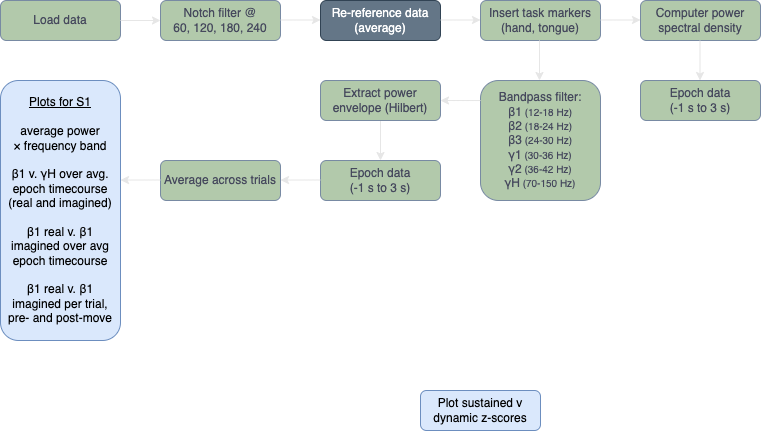
Before: analysis_steps.png, a diagram exported from draw.io (jessb0t/motorImagery). Source tidied: cells renumbered, new cells last; positions are measured from the earlier drawing's top-left corner, leaving out a move shared by most shapes.
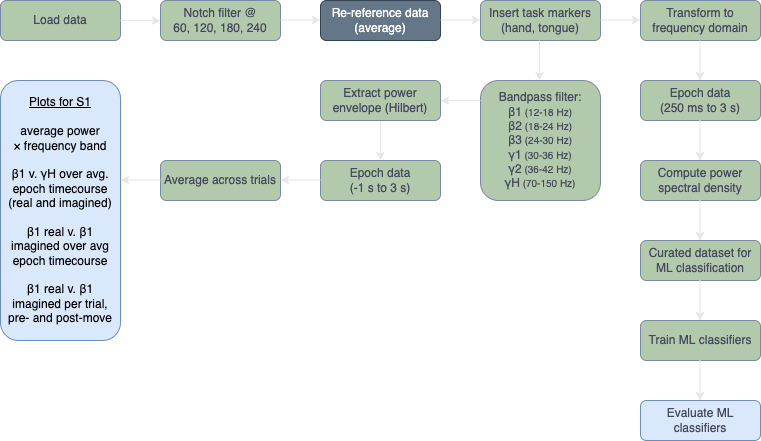
The same diagram one commit later.

The edit, as a diff of the source:
```diff
@@ -32,14 +32,14 @@
     <mxCell id="11" value="&lt;u&gt;Plots for S1&lt;/u&gt;&lt;br&gt;&lt;br&gt;&lt;span style=&quot;text-align: left&quot;&gt;average power ×&amp;nbsp;frequency band&lt;/span&gt;&lt;br&gt;&lt;span style=&quot;text-align: left&quot;&gt;&lt;br&gt;β1 v.&amp;nbsp;γH over avg. epoch timecourse (real and imagined)&lt;br&gt;&lt;br&gt;&lt;/span&gt;&lt;span style=&quot;text-align: left&quot;&gt;β1 real v.&amp;nbsp;&lt;/span&gt;&lt;span style=&quot;text-align: left&quot;&gt;β1 imagined over avg epoch timecourse&lt;br&gt;&lt;/span&gt;&lt;span style=&quot;text-align: left&quot;&gt;&lt;br&gt;&lt;/span&gt;&lt;span style=&quot;text-align: left&quot;&gt;β1 real v.&amp;nbsp;&lt;/span&gt;&lt;span style=&quot;text-align: left&quot;&gt;β1 imagined per trial, pre- and post-move&lt;/span&gt;&lt;span style=&quot;text-align: left&quot;&gt;&lt;br&gt;&lt;/span&gt;" style="rounded=1;whiteSpace=wrap;html=1;fontSize=12;glass=0;strokeWidth=1;shadow=0;fillColor=#dae8fc;strokeColor=#6c8ebf;" parent="1" vertex="1">
       <mxGeometry y="80" width="120" height="260" as="geometry" />
     </mxCell>
-    <mxCell id="12" value="Epoch data&lt;br&gt;(-1 s to 3 s)" style="rounded=1;whiteSpace=wrap;html=1;fontSize=12;glass=0;strokeWidth=1;shadow=0;fillColor=#B2C9AB;strokeColor=#788AA3;fontColor=#46495D;" parent="1" vertex="1">
+    <mxCell id="12" value="&lt;span&gt;Epoch data&lt;/span&gt;&lt;br&gt;&lt;span&gt;(250 ms to 3 s)&lt;/span&gt;" style="rounded=1;whiteSpace=wrap;html=1;fontSize=12;glass=0;strokeWidth=1;shadow=0;fillColor=#B2C9AB;strokeColor=#788AA3;fontColor=#46495D;" parent="1" vertex="1">
       <mxGeometry x="640" y="80" width="120" height="40" as="geometry" />
     </mxCell>
-    <mxCell id="13" value="Computer power spectral density" style="rounded=1;whiteSpace=wrap;html=1;fontSize=12;glass=0;strokeWidth=1;shadow=0;fillColor=#B2C9AB;strokeColor=#788AA3;fontColor=#46495D;" parent="1" vertex="1">
+    <mxCell id="13" value="Transform to frequency domain" style="rounded=1;whiteSpace=wrap;html=1;fontSize=12;glass=0;strokeWidth=1;shadow=0;fillColor=#B2C9AB;strokeColor=#788AA3;fontColor=#46495D;" parent="1" vertex="1">
       <mxGeometry x="640" width="120" height="40" as="geometry" />
     </mxCell>
-    <mxCell id="14" value="Plot sustained v dynamic z-scores" style="rounded=1;whiteSpace=wrap;html=1;fontSize=12;glass=0;strokeWidth=1;shadow=0;fillColor=#dae8fc;strokeColor=#6c8ebf;" parent="1" vertex="1">
-      <mxGeometry x="420" y="390" width="120" height="40" as="geometry" />
+    <mxCell id="14" value="&lt;span style=&quot;color: rgb(70 , 73 , 93)&quot;&gt;Evaluate ML classifiers&lt;/span&gt;" style="rounded=1;whiteSpace=wrap;html=1;fontSize=12;glass=0;strokeWidth=1;shadow=0;fillColor=#dae8fc;strokeColor=#6c8ebf;" parent="1" vertex="1">
+      <mxGeometry x="640" y="400" width="120" height="40" as="geometry" />
     </mxCell>
     <mxCell id="15" style="endArrow=classic;html=1;fontColor=#46495D;strokeColor=#E6E6E6;fillColor=#B2C9AB;exitX=1;exitY=0.5;exitDx=0;exitDy=0;entryX=0;entryY=0.5;entryDx=0;entryDy=0;" parent="1" edge="1" source="2" target="3">
       <mxGeometry relative="1" as="geometry" />
@@ -89,5 +89,38 @@
         <mxPoint x="699.5" y="80" as="targetPoint" />
       </mxGeometry>
     </mxCell>
+    <mxCell id="24" value="Compute power spectral density" style="rounded=1;whiteSpace=wrap;html=1;fontSize=12;glass=0;strokeWidth=1;shadow=0;fillColor=#B2C9AB;strokeColor=#788AA3;fontColor=#46495D;" parent="1" vertex="1">
+      <mxGeometry x="640" y="160" width="120" height="40" as="geometry" />
+    </mxCell>
+    <mxCell id="25" value="Curated dataset for ML classification" style="rounded=1;whiteSpace=wrap;html=1;fontSize=12;glass=0;strokeWidth=1;shadow=0;fillColor=#B2C9AB;strokeColor=#788AA3;fontColor=#46495D;" parent="1" vertex="1">
+      <mxGeometry x="640" y="240" width="120" height="40" as="geometry" />
+    </mxCell>
+    <mxCell id="26" value="Train ML classifiers" style="rounded=1;whiteSpace=wrap;html=1;fontSize=12;glass=0;strokeWidth=1;shadow=0;fillColor=#B2C9AB;strokeColor=#788AA3;fontColor=#46495D;" parent="1" vertex="1">
+      <mxGeometry x="640" y="320" width="120" height="40" as="geometry" />
+    </mxCell>
+    <mxCell id="27" style="endArrow=classic;html=1;fontColor=#46495D;strokeColor=#E6E6E6;fillColor=#B2C9AB;entryX=0.5;entryY=0;entryDx=0;entryDy=0;exitX=0.5;exitY=1;exitDx=0;exitDy=0;" parent="1" edge="1">
+      <mxGeometry relative="1" as="geometry">
+        <mxPoint x="699.5" y="120" as="sourcePoint" />
+        <mxPoint x="699.5" y="160" as="targetPoint" />
+      </mxGeometry>
+    </mxCell>
+    <mxCell id="28" style="endArrow=classic;html=1;fontColor=#46495D;strokeColor=#E6E6E6;fillColor=#B2C9AB;entryX=0.5;entryY=0;entryDx=0;entryDy=0;exitX=0.5;exitY=1;exitDx=0;exitDy=0;" parent="1" edge="1">
+      <mxGeometry relative="1" as="geometry">
+        <mxPoint x="699.5" y="200" as="sourcePoint" />
+        <mxPoint x="699.5" y="240" as="targetPoint" />
+      </mxGeometry>
+    </mxCell>
+    <mxCell id="29" style="endArrow=classic;html=1;fontColor=#46495D;strokeColor=#E6E6E6;fillColor=#B2C9AB;entryX=0.5;entryY=0;entryDx=0;entryDy=0;exitX=0.5;exitY=1;exitDx=0;exitDy=0;" parent="1" edge="1">
+      <mxGeometry relative="1" as="geometry">
+        <mxPoint x="699.5" y="280" as="sourcePoint" />
+        <mxPoint x="699.5" y="320" as="targetPoint" />
+      </mxGeometry>
+    </mxCell>
+    <mxCell id="30" style="endArrow=classic;html=1;fontColor=#46495D;strokeColor=#E6E6E6;fillColor=#B2C9AB;entryX=0.5;entryY=0;entryDx=0;entryDy=0;exitX=0.5;exitY=1;exitDx=0;exitDy=0;" parent="1" edge="1">
+      <mxGeometry relative="1" as="geometry">
+        <mxPoint x="699.5" y="360" as="sourcePoint" />
+        <mxPoint x="699.5" y="400" as="targetPoint" />
+      </mxGeometry>
+    </mxCell>
   </root>
 </mxGraphModel>
```
